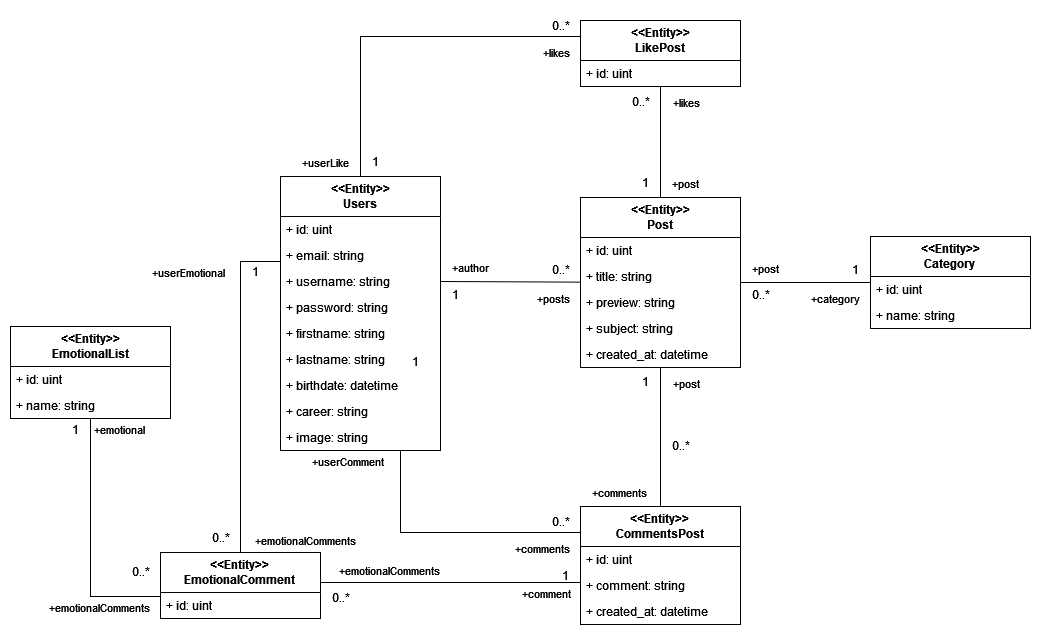
Above: assets/images/DB-Entity.png in miracleexotic/WebApp-FoodBlog (draw.io), before the change. Source tidied: cells renumbered, new cells last; positions are measured from the earlier drawing's top-left corner, leaving out a move shared by most shapes.
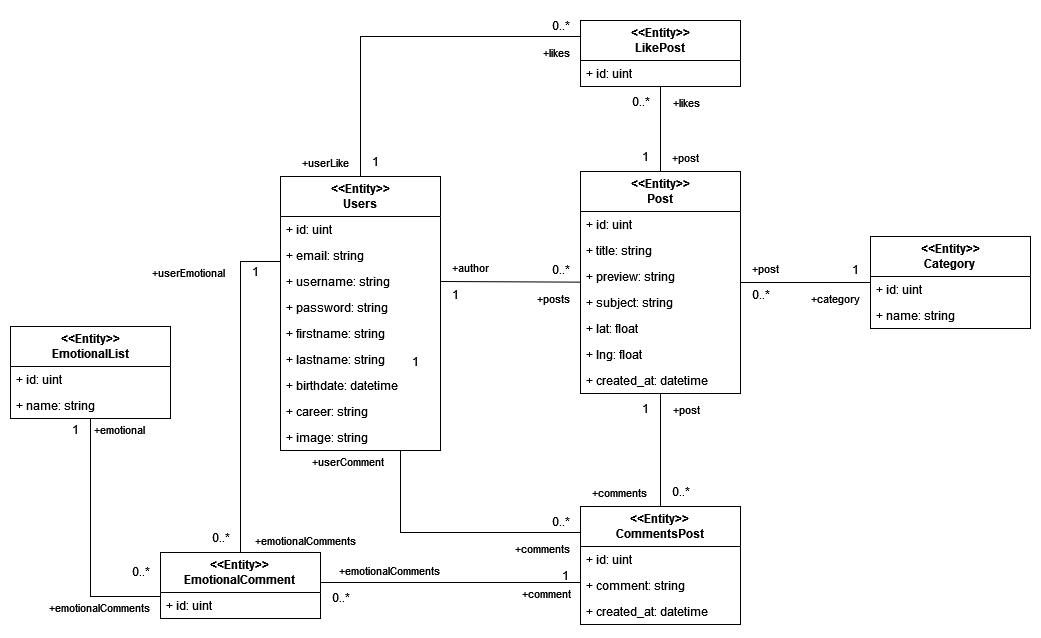
The same diagram one commit later.

What changed in the source:
```diff
@@ -33,7 +33,7 @@
       <mxGeometry y="248" width="160" height="26" as="geometry" />
     </mxCell>
     <mxCell id="12" value="&lt;div&gt;&lt;b&gt;&amp;lt;&amp;lt;Entity&amp;gt;&amp;gt;&lt;/b&gt;&lt;/div&gt;&lt;div&gt;&lt;b&gt;Post&lt;/b&gt;&lt;/div&gt;" style="swimlane;fontStyle=0;horizontal=1;startSize=40;fillColor=none;whiteSpace=wrap;html=1;" parent="1" vertex="1">
-      <mxGeometry x="570" y="187" width="160" height="170" as="geometry" />
+      <mxGeometry x="570" y="161" width="160" height="222" as="geometry" />
     </mxCell>
     <mxCell id="13" value="+ id: uint" style="text;strokeColor=none;fillColor=none;align=left;verticalAlign=top;spacingLeft=4;spacingRight=4;overflow=hidden;whiteSpace=wrap;html=1;" parent="12" vertex="1">
       <mxGeometry y="40" width="160" height="26" as="geometry" />
@@ -47,8 +47,14 @@
     <mxCell id="16" value="+ subject: string" style="text;strokeColor=none;fillColor=none;align=left;verticalAlign=top;spacingLeft=4;spacingRight=4;overflow=hidden;whiteSpace=wrap;html=1;" parent="12" vertex="1">
       <mxGeometry y="118" width="160" height="26" as="geometry" />
     </mxCell>
+    <mxCell id="77" value="+ lat: float" style="text;strokeColor=none;fillColor=none;align=left;verticalAlign=top;spacingLeft=4;spacingRight=4;overflow=hidden;whiteSpace=wrap;html=1;" parent="12" vertex="1">
+      <mxGeometry y="144" width="160" height="26" as="geometry" />
+    </mxCell>
+    <mxCell id="78" value="+ lng: float" style="text;strokeColor=none;fillColor=none;align=left;verticalAlign=top;spacingLeft=4;spacingRight=4;overflow=hidden;whiteSpace=wrap;html=1;" parent="12" vertex="1">
+      <mxGeometry y="170" width="160" height="26" as="geometry" />
+    </mxCell>
     <mxCell id="17" value="+ created_at: datetime" style="text;strokeColor=none;fillColor=none;align=left;verticalAlign=top;spacingLeft=4;spacingRight=4;overflow=hidden;whiteSpace=wrap;html=1;" parent="12" vertex="1">
-      <mxGeometry y="144" width="160" height="26" as="geometry" />
+      <mxGeometry y="196" width="160" height="26" as="geometry" />
     </mxCell>
     <mxCell id="18" value="&lt;div&gt;&lt;b&gt;&amp;lt;&amp;lt;Entity&amp;gt;&amp;gt;&lt;/b&gt;&lt;/div&gt;&lt;div&gt;&lt;b&gt;LikePost&lt;br&gt;&lt;/b&gt;&lt;/div&gt;" style="swimlane;fontStyle=0;horizontal=1;startSize=40;fillColor=none;whiteSpace=wrap;html=1;" parent="1" vertex="1">
       <mxGeometry x="570" y="10" width="160" height="66" as="geometry" />
@@ -131,7 +137,7 @@
       <mxGeometry x="610" y="76" width="40" height="30" as="geometry" />
     </mxCell>
     <mxCell id="38" value="1" style="text;html=1;align=center;verticalAlign=middle;strokeColor=none;fillColor=none;" parent="1" vertex="1">
-      <mxGeometry x="620" y="157" width="30" height="30" as="geometry" />
+      <mxGeometry x="620" y="131" width="30" height="30" as="geometry" />
     </mxCell>
     <mxCell id="39" style="endArrow=none;html=1;rounded=0;" parent="1" edge="1" source="25" target="12">
       <mxGeometry relative="1" as="geometry" />
@@ -147,10 +153,10 @@
       </mxGeometry>
     </mxCell>
     <mxCell id="42" value="1" style="text;html=1;align=center;verticalAlign=middle;strokeColor=none;fillColor=none;" parent="1" vertex="1">
-      <mxGeometry x="620" y="356" width="30" height="30" as="geometry" />
+      <mxGeometry x="620" y="383" width="30" height="30" as="geometry" />
     </mxCell>
     <mxCell id="43" value="0..*" style="text;html=1;align=center;verticalAlign=middle;strokeColor=none;fillColor=none;" parent="1" vertex="1">
-      <mxGeometry x="650" y="420" width="40" height="30" as="geometry" />
+      <mxGeometry x="650" y="466" width="40" height="30" as="geometry" />
     </mxCell>
     <mxCell id="44" style="endArrow=none;html=1;rounded=0;edgeStyle=orthogonalEdgeStyle;" parent="1" edge="1" source="2" target="25">
       <mxGeometry relative="1" as="geometry">
```
